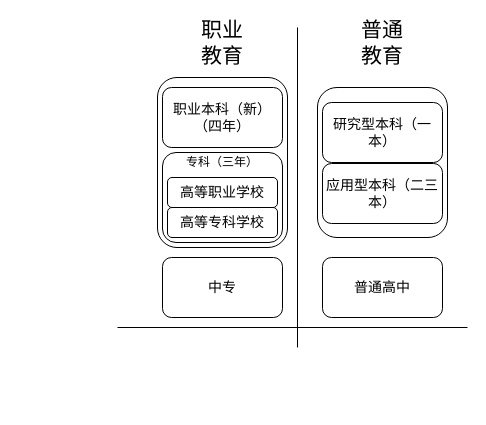
This is 教育体系.drawio from luuuuo/luuuuo_content, a draw.io file, before an edit. Source tidied: cells renumbered, new cells numbered last; positions are measured from the earlier drawing's top-left corner, leaving out a move shared by most shapes. Both pictures are drawn from the tidied source at 100%, with x=0, y=0 at pixel (117, 27).
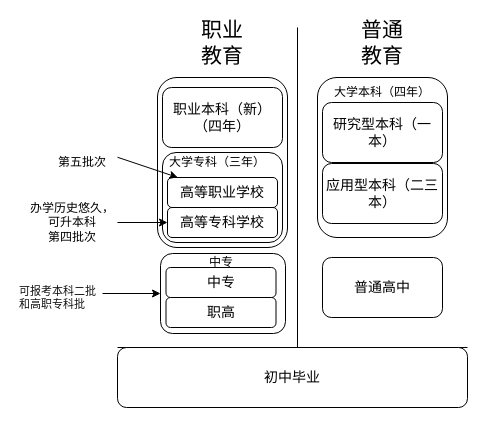
The same page after the edit.

Commit message (it also covers changes not shown here):
更新教育体系.drawio

The change refers to these unchanged cells:
```xml
<mxCell id="14" value="高等职业学校" style="rounded=1;whiteSpace=wrap;html=1;fontSize=14;" parent="1" vertex="1">
  <mxGeometry x="50" y="150" width="110" height="30" as="geometry" />
</mxCell>
<mxCell id="15" value="高等专科学校" style="rounded=1;whiteSpace=wrap;html=1;fontSize=14;" parent="1" vertex="1">
  <mxGeometry x="50" y="180" width="110" height="30" as="geometry" />
</mxCell>
```

Change to the diagram source:
```diff
@@
     <mxCell id="3" style="rounded=1;whiteSpace=wrap;html=1;fontSize=14;" parent="1" vertex="1">
-      <mxGeometry x="200" y="60" width="130" height="150" as="geometry" />
+      <mxGeometry x="200" y="50" width="130" height="160" as="geometry" />
     </mxCell>
     <mxCell id="4" style="endArrow=none;html=1;rounded=0;fontSize=14;" parent="1" edge="1">
       <mxGeometry relative="1" as="geometry">
-        <mxPoint y="300" as="sourcePoint" />
-        <mxPoint x="350" y="300" as="targetPoint" />
+        <mxPoint y="320" as="sourcePoint" />
+        <mxPoint x="350" y="320" as="targetPoint" />
       </mxGeometry>
     </mxCell>
@@
-    <mxCell id="9" value="中专" style="rounded=1;whiteSpace=wrap;html=1;fontSize=14;" parent="1" vertex="1">
-      <mxGeometry x="45" y="230" width="120" height="60" as="geometry" />
+    <mxCell id="9" style="rounded=1;whiteSpace=wrap;html=1;fontSize=14;" parent="1" vertex="1">
+      <mxGeometry x="43" y="226" width="125" height="80" as="geometry" />
     </mxCell>
@@
-    <mxCell id="16" value="专科（三年）" style="text;html=1;strokeColor=none;fillColor=none;align=center;verticalAlign=middle;whiteSpace=wrap;rounded=0;" parent="1" vertex="1">
-      <mxGeometry x="60" y="120" width="90" height="30" as="geometry" />
+    <mxCell id="16" value="大学专科（三年）" style="text;html=1;strokeColor=none;fillColor=none;align=center;verticalAlign=middle;whiteSpace=wrap;rounded=0;" parent="1" vertex="1">
+      <mxGeometry x="50" y="120" width="100" height="30" as="geometry" />
     </mxCell>
+    <mxCell id="17" style="rounded=0;jettySize=auto;html=1;exitX=1;exitY=0.5;exitDx=0;exitDy=0;entryX=0;entryY=0.5;entryDx=0;entryDy=0;" parent="1" edge="1" source="18" target="15">
+      <mxGeometry relative="1" as="geometry" />
+    </mxCell>
+    <mxCell id="18" value="办学历史悠久，可升本科&lt;br&gt;第四批次" style="text;html=1;strokeColor=none;fillColor=none;align=center;verticalAlign=middle;whiteSpace=wrap;rounded=0;" parent="1" vertex="1">
+      <mxGeometry x="-90" y="185.5" width="90" height="19" as="geometry" />
+    </mxCell>
+    <mxCell id="19" value="大学本科（四年）" style="text;html=1;strokeColor=none;fillColor=none;align=center;verticalAlign=middle;whiteSpace=wrap;rounded=0;" parent="1" vertex="1">
+      <mxGeometry x="215" y="50" width="100" height="30" as="geometry" />
+    </mxCell>
+    <mxCell id="20" style="rounded=0;jettySize=auto;html=1;exitX=1;exitY=0.25;exitDx=0;exitDy=0;" parent="1" edge="1" source="21" target="14">
+      <mxGeometry relative="1" as="geometry" />
+    </mxCell>
+    <mxCell id="21" value="第五批次" style="text;html=1;strokeColor=none;fillColor=none;align=center;verticalAlign=middle;whiteSpace=wrap;rounded=0;" parent="1" vertex="1">
+      <mxGeometry x="-70" y="125" width="70" height="19" as="geometry" />
+    </mxCell>
+    <mxCell id="22" value="中专" style="rounded=1;whiteSpace=wrap;html=1;fontSize=14;" parent="1" vertex="1">
+      <mxGeometry x="48.5" y="240" width="110" height="30" as="geometry" />
+    </mxCell>
+    <mxCell id="23" value="职高" style="rounded=1;whiteSpace=wrap;html=1;fontSize=14;" parent="1" vertex="1">
+      <mxGeometry x="48.5" y="270" width="110" height="30" as="geometry" />
+    </mxCell>
+    <mxCell id="24" value="中专" style="text;html=1;strokeColor=none;fillColor=none;align=center;verticalAlign=middle;whiteSpace=wrap;rounded=0;" parent="1" vertex="1">
+      <mxGeometry x="53.5" y="220" width="100" height="30" as="geometry" />
+    </mxCell>
+    <mxCell id="25" style="edgeStyle=orthogonalEdgeStyle;rounded=0;jettySize=auto;html=1;entryX=0;entryY=0.5;entryDx=0;entryDy=0;" parent="1" edge="1" source="26" target="9">
+      <mxGeometry relative="1" as="geometry" />
+    </mxCell>
+    <mxCell id="26" value="&lt;span style=&quot;color: rgb(18, 18, 18); font-family: -apple-system, BlinkMacSystemFont, &amp;quot;Helvetica Neue&amp;quot;, &amp;quot;PingFang SC&amp;quot;, &amp;quot;Microsoft YaHei&amp;quot;, &amp;quot;Source Han Sans SC&amp;quot;, &amp;quot;Noto Sans CJK SC&amp;quot;, &amp;quot;WenQuanYi Micro Hei&amp;quot;, sans-serif; font-style: normal; font-variant-ligatures: normal; font-variant-caps: normal; font-weight: 400; letter-spacing: normal; orphans: 2; text-align: start; text-indent: 0px; text-transform: none; widows: 2; word-spacing: 0px; -webkit-text-stroke-width: 0px; background-color: rgb(255, 255, 255); text-decoration-thickness: initial; text-decoration-style: initial; text-decoration-color: initial; float: none; display: inline !important; font-size: 11px;&quot;&gt;&lt;font style=&quot;font-size: 11px;&quot;&gt;可报考本科二批和高职专科批&lt;/font&gt;&lt;/span&gt;" style="text;whiteSpace=wrap;html=1;fontSize=11;" parent="1" vertex="1">
+      <mxGeometry x="-100" y="251" width="85" height="30" as="geometry" />
+    </mxCell>
+    <mxCell id="27" value="初中毕业" style="rounded=1;whiteSpace=wrap;html=1;fontSize=14;" parent="1" vertex="1">
+      <mxGeometry y="320" width="350" height="60" as="geometry" />
+    </mxCell>
```
